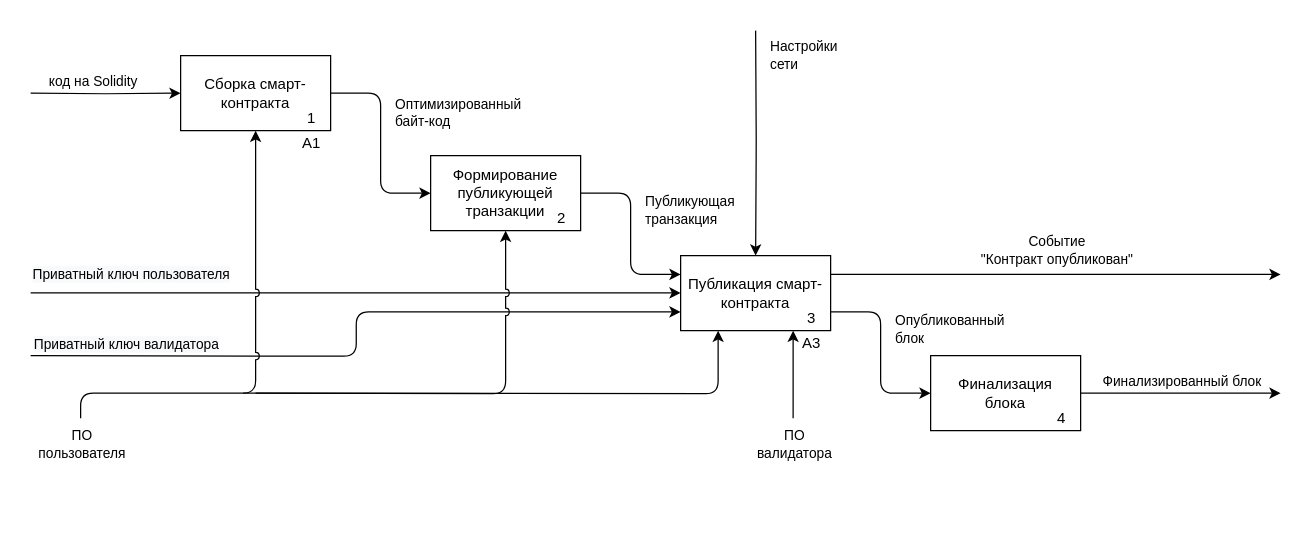
Before: page "Страница 7" (6 of 8) of system_analysis/lab2.drawio in Trickster2038/BmstuDocs7, a draw.io diagram. Source tidied: cells renumbered, new cells numbered last; positions are measured from the earlier drawing's top-left corner, leaving out a move shared by most shapes. Both pictures are drawn from the tidied source at 125%, with x=0, y=0 at pixel (30, 30).
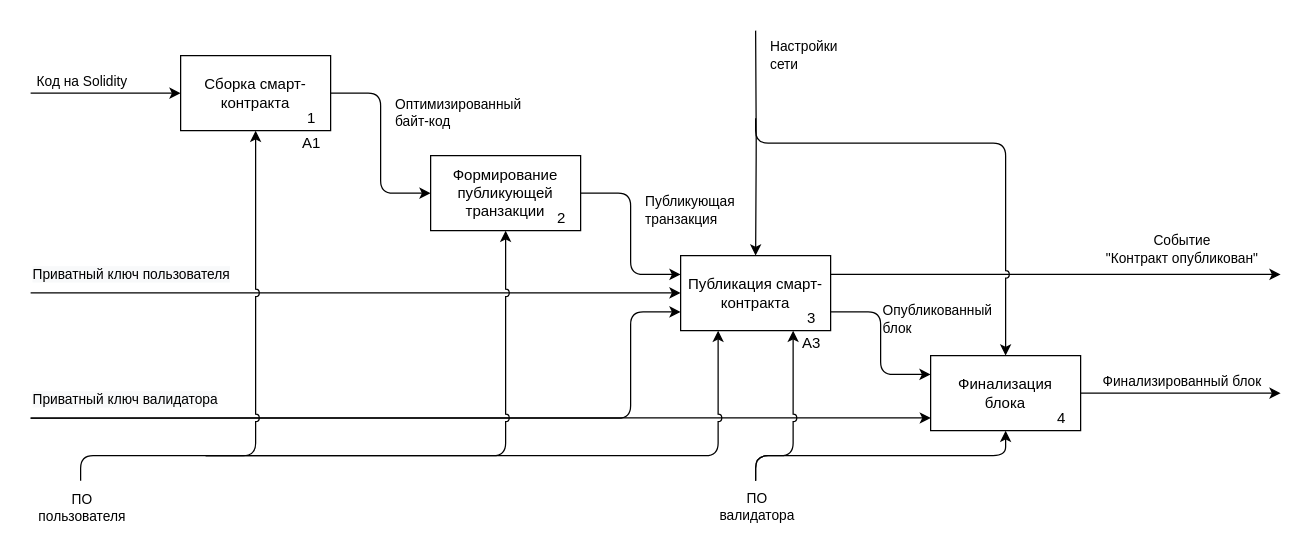
The same page after the edit.

The change refers to these unchanged cells:
```xml
<mxCell id="2" value="Сборка смарт-контракта" style="rounded=0;whiteSpace=wrap;html=1;" parent="1" vertex="1">
  <mxGeometry x="120" y="20" width="120" height="60" as="geometry" />
</mxCell>
<mxCell id="3" value="Формирование публикующей&lt;br&gt;транзакции" style="rounded=0;whiteSpace=wrap;html=1;" parent="1" vertex="1">
  <mxGeometry x="320" y="100" width="120" height="60" as="geometry" />
</mxCell>
<mxCell id="4" value="Публикация смарт-контракта" style="rounded=0;whiteSpace=wrap;html=1;" parent="1" vertex="1">
  <mxGeometry x="520" y="180" width="120" height="60" as="geometry" />
</mxCell>
<mxCell id="18" value="3" style="text;html=1;strokeColor=none;fillColor=none;align=center;verticalAlign=middle;whiteSpace=wrap;rounded=0;" parent="1" vertex="1">
  <mxGeometry x="610" y="220" width="30" height="20" as="geometry" />
</mxCell>
<mxCell id="28" style="endArrow=classic;html=1;rounded=0;exitX=1;exitY=0.25;exitDx=0;exitDy=0;" parent="1" edge="1" source="4">
  <mxGeometry relative="1" as="geometry">
    <mxPoint x="1000" y="195" as="targetPoint" />
  </mxGeometry>
</mxCell>
<mxCell id="30" value="Финализация&lt;br&gt;блока" style="rounded=0;whiteSpace=wrap;html=1;" parent="1" vertex="1">
  <mxGeometry x="720" y="260" width="120" height="60" as="geometry" />
</mxCell>
```

Diff of the diagram source:
```diff
@@
     <mxCell id="11" style="endArrow=classic;html=1;rounded=0;entryX=0;entryY=0.5;entryDx=0;entryDy=0;edgeStyle=orthogonalEdgeStyle;" parent="1" edge="1" target="2">
       <mxGeometry relative="1" as="geometry">
         <mxPoint y="50" as="sourcePoint" />
+        <Array as="points">
+          <mxPoint x="30" y="50" />
+        </Array>
       </mxGeometry>
     </mxCell>
-    <mxCell id="12" value="код на Solidity" style="edgeLabel;html=1;align=center;verticalAlign=middle;labelBackgroundColor=none;" parent="11" vertex="1">
+    <mxCell id="12" value="Код на Solidity" style="edgeLabel;html=1;align=center;verticalAlign=middle;labelBackgroundColor=none;" parent="11" vertex="1">
       <mxGeometry relative="1" as="geometry">
-        <mxPoint x="-10" y="-10" as="offset" />
+        <mxPoint x="-20" y="-10" as="offset" />
       </mxGeometry>
     </mxCell>
@@
-    <mxCell id="15" style="endArrow=classic;html=1;rounded=1;entryX=0;entryY=0.75;entryDx=0;entryDy=0;edgeStyle=orthogonalEdgeStyle;" parent="1" edge="1" target="4">
+    <mxCell id="15" style="endArrow=classic;html=1;rounded=1;entryX=0.002;entryY=0.831;entryDx=0;entryDy=0;edgeStyle=orthogonalEdgeStyle;entryPerimeter=0;" parent="1" edge="1" target="30">
       <mxGeometry relative="1" as="geometry">
-        <mxPoint y="260" as="sourcePoint" />
+        <mxPoint y="310" as="sourcePoint" />
+        <Array as="points">
+          <mxPoint y="310" />
+          <mxPoint x="720" y="310" />
+        </Array>
       </mxGeometry>
     </mxCell>
     <mxCell id="16" value="&lt;div style=&quot;background-color: rgb(248, 249, 250);&quot;&gt;Приватный ключ валидатора&lt;/div&gt;" style="edgeLabel;html=1;align=left;verticalAlign=middle;" parent="15" vertex="1">
       <mxGeometry relative="1" as="geometry">
-        <mxPoint x="-260" y="7" as="offset" />
+        <mxPoint x="-360" y="-15" as="offset" />
       </mxGeometry>
     </mxCell>
@@
     <mxCell id="22" style="endArrow=classic;html=1;rounded=1;entryX=0.5;entryY=1;entryDx=0;entryDy=0;edgeStyle=orthogonalEdgeStyle;jumpStyle=arc;" parent="1" edge="1" target="2">
       <mxGeometry relative="1" as="geometry">
-        <mxPoint x="40" y="310" as="sourcePoint" />
+        <mxPoint x="40" y="360" as="sourcePoint" />
         <Array as="points">
-          <mxPoint x="40" y="290" />
-          <mxPoint x="180" y="290" />
+          <mxPoint x="40" y="340" />
+          <mxPoint x="180" y="340" />
         </Array>
       </mxGeometry>
     </mxCell>
     <mxCell id="23" value="ПО &lt;br&gt;пользователя" style="edgeLabel;html=1;align=center;verticalAlign=middle;labelBackgroundColor=none;" parent="22" vertex="1">
       <mxGeometry relative="1" as="geometry">
-        <mxPoint x="-140" y="65" as="offset" />
+        <mxPoint x="-140" y="91" as="offset" />
       </mxGeometry>
     </mxCell>
     <mxCell id="24" style="endArrow=classic;html=1;rounded=1;jumpStyle=arc;entryX=0.5;entryY=1;entryDx=0;entryDy=0;edgeStyle=orthogonalEdgeStyle;" parent="1" edge="1" target="3">
       <mxGeometry relative="1" as="geometry">
-        <mxPoint x="170" y="290" as="sourcePoint" />
+        <mxPoint x="140" y="340" as="sourcePoint" />
+        <Array as="points">
+          <mxPoint x="170" y="340" />
+          <mxPoint x="380" y="340" />
+        </Array>
       </mxGeometry>
     </mxCell>
     <mxCell id="25" style="endArrow=classic;html=1;rounded=1;jumpStyle=arc;entryX=0.25;entryY=1;entryDx=0;entryDy=0;edgeStyle=orthogonalEdgeStyle;" parent="1" edge="1" target="4">
       <mxGeometry relative="1" as="geometry">
-        <mxPoint x="180" y="290" as="sourcePoint" />
+        <mxPoint x="140" y="340" as="sourcePoint" />
+        <Array as="points">
+          <mxPoint x="180" y="340" />
+          <mxPoint x="550" y="340" />
+        </Array>
       </mxGeometry>
     </mxCell>
     <mxCell id="26" style="endArrow=classic;html=1;rounded=1;entryX=0.75;entryY=1;entryDx=0;entryDy=0;edgeStyle=orthogonalEdgeStyle;jumpStyle=arc;" parent="1" edge="1" target="4">
       <mxGeometry relative="1" as="geometry">
-        <mxPoint x="610" y="310" as="sourcePoint" />
+        <mxPoint x="580" y="360" as="sourcePoint" />
         <Array as="points">
-          <mxPoint x="610" y="300" />
+          <mxPoint x="580" y="340" />
+          <mxPoint x="610" y="340" />
         </Array>
       </mxGeometry>
     </mxCell>
     <mxCell id="27" value="ПО &lt;br&gt;валидатора" style="edgeLabel;html=1;align=center;verticalAlign=middle;labelBackgroundColor=none;" parent="26" vertex="1">
       <mxGeometry relative="1" as="geometry">
-        <mxPoint y="55" as="offset" />
+        <mxPoint x="-30" y="65" as="offset" />
       </mxGeometry>
     </mxCell>
@@
     <mxCell id="29" value="Событие &lt;br&gt;&quot;Контракт опубликован&quot;" style="edgeLabel;html=1;align=center;verticalAlign=middle;labelBackgroundColor=none;" parent="28" vertex="1">
       <mxGeometry relative="1" as="geometry">
-        <mxPoint y="-20" as="offset" />
+        <mxPoint x="100" y="-21" as="offset" />
       </mxGeometry>
     </mxCell>
@@
-    <mxCell id="31" style="endArrow=classic;html=1;rounded=1;exitX=1;exitY=0.25;exitDx=0;exitDy=0;entryX=0;entryY=0.5;entryDx=0;entryDy=0;edgeStyle=orthogonalEdgeStyle;" parent="1" edge="1" source="18" target="30">
+    <mxCell id="31" style="endArrow=classic;html=1;rounded=1;exitX=1;exitY=0.25;exitDx=0;exitDy=0;entryX=0;entryY=0.25;entryDx=0;entryDy=0;edgeStyle=orthogonalEdgeStyle;" parent="1" edge="1" source="18" target="30">
       <mxGeometry relative="1" as="geometry" />
     </mxCell>
     <mxCell id="32" value="&lt;span style=&quot;text-align: center;&quot;&gt;Опубликованный&lt;/span&gt;&lt;br style=&quot;text-align: center;&quot;&gt;&lt;span style=&quot;text-align: center;&quot;&gt;блок&lt;/span&gt;" style="edgeLabel;html=1;align=left;verticalAlign=middle;labelBackgroundColor=none;" parent="31" vertex="1">
       <mxGeometry relative="1" as="geometry">
-        <mxPoint x="10" y="-20" as="offset" />
+        <mxPoint y="-20" as="offset" />
       </mxGeometry>
     </mxCell>
@@
+    <mxCell id="36" style="endArrow=classic;html=1;rounded=1;entryX=0.5;entryY=1;entryDx=0;entryDy=0;edgeStyle=orthogonalEdgeStyle;jumpStyle=arc;" parent="1" edge="1" target="30">
+      <mxGeometry relative="1" as="geometry">
+        <mxPoint x="580" y="360" as="sourcePoint" />
+        <Array as="points">
+          <mxPoint x="580" y="340" />
+          <mxPoint x="780" y="340" />
+        </Array>
+      </mxGeometry>
+    </mxCell>
+    <mxCell id="37" style="endArrow=classic;html=1;rounded=1;entryX=0;entryY=0.75;entryDx=0;entryDy=0;edgeStyle=orthogonalEdgeStyle;" parent="1" edge="1" target="4">
+      <mxGeometry relative="1" as="geometry">
+        <mxPoint y="310" as="sourcePoint" />
+        <Array as="points">
+          <mxPoint x="480" y="310" />
+          <mxPoint x="480" y="225" />
+        </Array>
+      </mxGeometry>
+    </mxCell>
+    <mxCell id="38" style="endArrow=classic;html=1;rounded=1;entryX=0.5;entryY=0;entryDx=0;entryDy=0;edgeStyle=orthogonalEdgeStyle;jumpStyle=arc;" parent="1" edge="1" target="30">
+      <mxGeometry relative="1" as="geometry">
+        <mxPoint x="580" y="70" as="sourcePoint" />
+        <Array as="points">
+          <mxPoint x="580" y="90" />
+          <mxPoint x="780" y="90" />
+        </Array>
+      </mxGeometry>
+    </mxCell>
```
